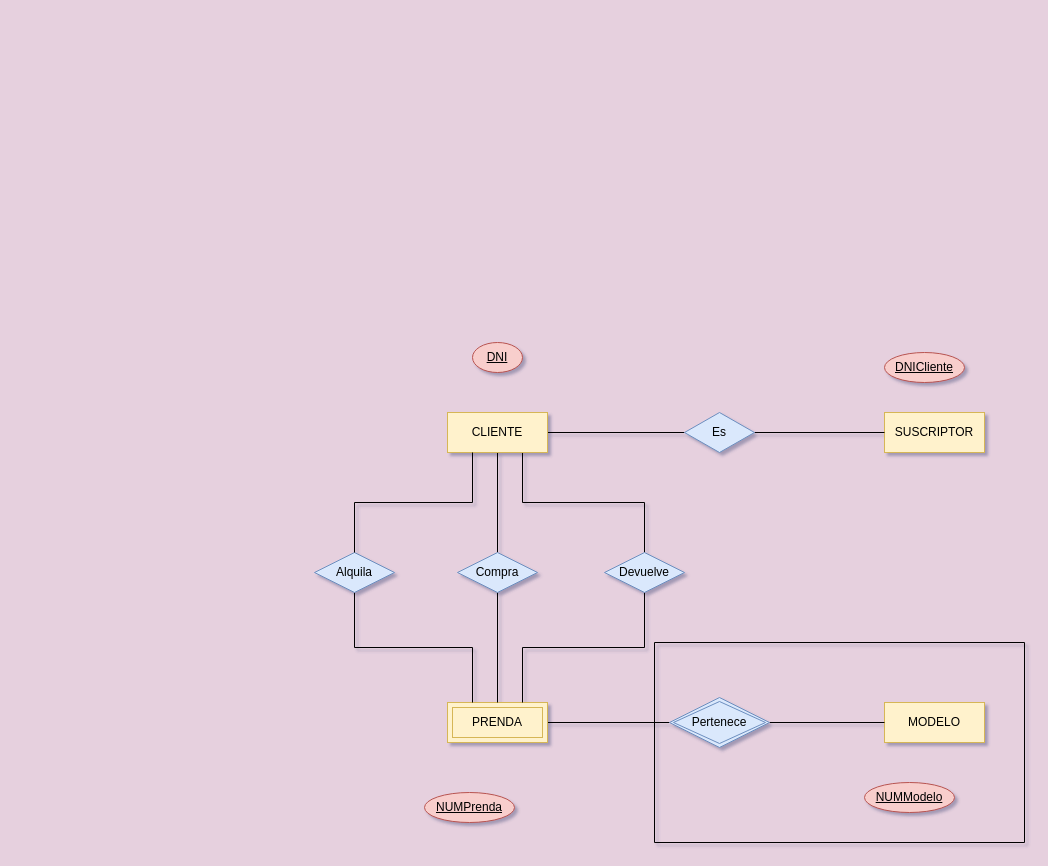
This is RentWear.drawio from VeraAceves/NT-BD, a draw.io file, before an edit. Source tidied: cells renumbered, new cells numbered last; positions are measured from the earlier drawing's top-left corner, leaving out a move shared by most shapes. Both pictures are drawn from the tidied source at 100%, with x=0, y=0 at pixel (314, 342).
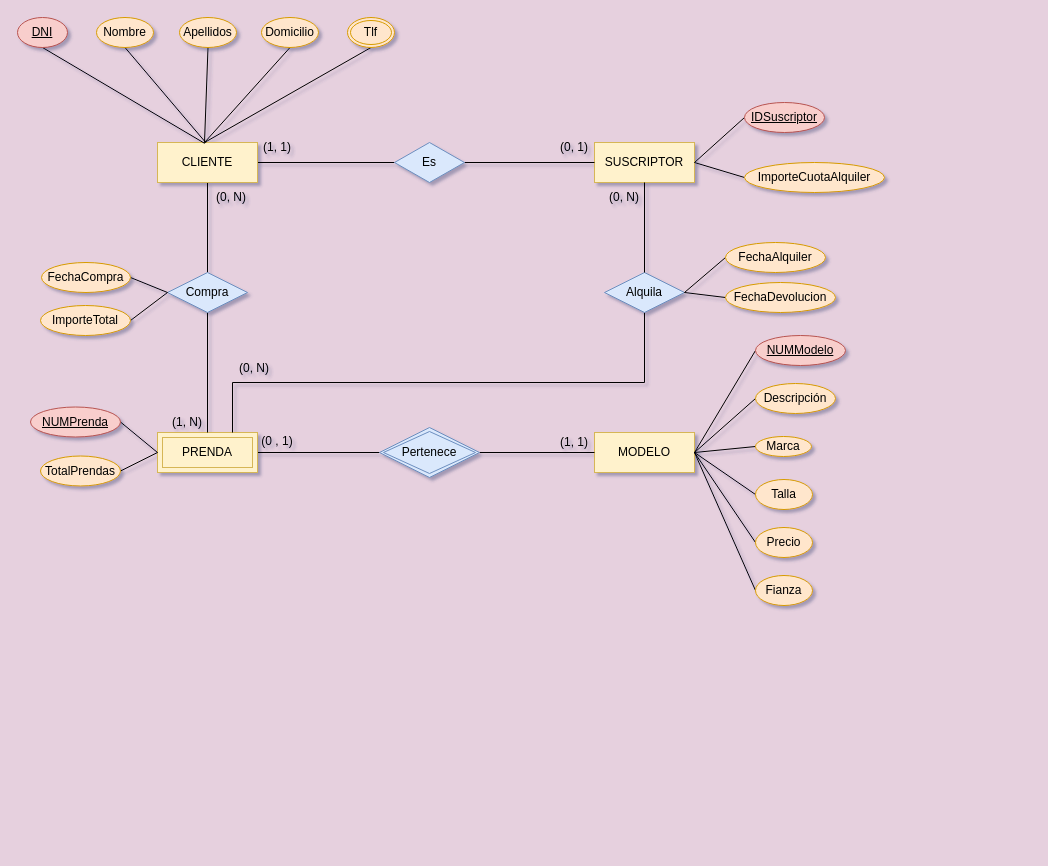
Above is the later version.

The edit, as a diff of the source:
```diff
@@
-    <mxCell id="4" style="edgeStyle=orthogonalEdgeStyle;rounded=0;jettySize=auto;html=1;exitX=0.75;exitY=1;exitDx=0;exitDy=0;endArrow=none;endFill=0;" parent="1" edge="1" source="5" target="19">
-      <mxGeometry relative="1" as="geometry" />
-    </mxCell>
     <mxCell id="5" value="CLIENTE" style="whiteSpace=wrap;html=1;align=center;fillColor=#fff2cc;strokeColor=#d6b656;" parent="1" vertex="1">
-      <mxGeometry x="133" y="70" width="100" height="40" as="geometry" />
+      <mxGeometry x="-157" y="-200" width="100" height="40" as="geometry" />
     </mxCell>
     <mxCell id="6" value="SUSCRIPTOR" style="whiteSpace=wrap;html=1;align=center;fillColor=#fff2cc;strokeColor=#d6b656;" parent="1" vertex="1">
-      <mxGeometry x="570" y="70" width="100" height="40" as="geometry" />
+      <mxGeometry x="280" y="-200" width="100" height="40" as="geometry" />
     </mxCell>
     <mxCell id="7" value="MODELO" style="whiteSpace=wrap;html=1;align=center;fillColor=#fff2cc;strokeColor=#d6b656;" parent="1" vertex="1">
-      <mxGeometry x="570" y="360" width="100" height="40" as="geometry" />
+      <mxGeometry x="280" y="90" width="100" height="40" as="geometry" />
     </mxCell>
@@
     <mxCell id="9" value="PRENDA" style="shape=ext;margin=3;double=1;whiteSpace=wrap;html=1;align=center;fillColor=#fff2cc;strokeColor=#d6b656;" parent="1" vertex="1">
-      <mxGeometry x="133" y="360" width="100" height="40" as="geometry" />
+      <mxGeometry x="-157" y="90" width="100" height="40" as="geometry" />
     </mxCell>
@@
     <mxCell id="11" value="Pertenece" style="shape=rhombus;double=1;perimeter=rhombusPerimeter;whiteSpace=wrap;html=1;align=center;fillColor=#dae8fc;strokeColor=#6c8ebf;" parent="1" vertex="1">
-      <mxGeometry x="355" y="355" width="100" height="50" as="geometry" />
+      <mxGeometry x="65" y="85" width="100" height="50" as="geometry" />
     </mxCell>
@@
     <mxCell id="13" value="Es" style="shape=rhombus;perimeter=rhombusPerimeter;whiteSpace=wrap;html=1;align=center;fillColor=#dae8fc;strokeColor=#6c8ebf;" parent="1" vertex="1">
-      <mxGeometry x="370" y="70" width="70" height="40" as="geometry" />
+      <mxGeometry x="80" y="-200" width="70" height="40" as="geometry" />
     </mxCell>
-    <mxCell id="14" style="edgeStyle=orthogonalEdgeStyle;rounded=0;jettySize=auto;html=1;exitX=0.5;exitY=1;exitDx=0;exitDy=0;entryX=0.25;entryY=0;entryDx=0;entryDy=0;endArrow=none;endFill=0;" parent="1" edge="1" source="15" target="9">
-      <mxGeometry relative="1" as="geometry" />
+    <mxCell id="14" style="edgeStyle=orthogonalEdgeStyle;rounded=0;jettySize=auto;html=1;exitX=0.5;exitY=1;exitDx=0;exitDy=0;entryX=0.75;entryY=0;entryDx=0;entryDy=0;endArrow=none;endFill=0;" parent="1" edge="1" source="15" target="9">
+      <mxGeometry relative="1" as="geometry">
+        <Array as="points">
+          <mxPoint x="330" y="40" />
+          <mxPoint x="-82" y="40" />
+        </Array>
+      </mxGeometry>
     </mxCell>
     <mxCell id="15" value="Alquila" style="shape=rhombus;perimeter=rhombusPerimeter;whiteSpace=wrap;html=1;align=center;fillColor=#dae8fc;strokeColor=#6c8ebf;" parent="1" vertex="1">
-      <mxGeometry y="210" width="80" height="40" as="geometry" />
+      <mxGeometry x="290" y="-70" width="80" height="40" as="geometry" />
     </mxCell>
-    <mxCell id="16" style="edgeStyle=orthogonalEdgeStyle;rounded=0;jettySize=auto;html=1;exitX=0.5;exitY=1;exitDx=0;exitDy=0;endArrow=none;endFill=0;" parent="1" edge="1" source="17" target="9">
+    <mxCell id="16" style="edgeStyle=orthogonalEdgeStyle;rounded=0;jettySize=auto;html=1;exitX=0.5;exitY=1;exitDx=0;exitDy=0;endArrow=none;endFill=0;entryX=0.5;entryY=0;entryDx=0;entryDy=0;" parent="1" edge="1" source="17" target="9">
       <mxGeometry relative="1" as="geometry" />
     </mxCell>
     <mxCell id="17" value="Compra" style="shape=rhombus;perimeter=rhombusPerimeter;whiteSpace=wrap;html=1;align=center;fillColor=#dae8fc;strokeColor=#6c8ebf;" parent="1" vertex="1">
-      <mxGeometry x="143" y="210" width="80" height="40" as="geometry" />
+      <mxGeometry x="-147" y="-70" width="80" height="40" as="geometry" />
     </mxCell>
-    <mxCell id="18" style="edgeStyle=orthogonalEdgeStyle;rounded=0;jettySize=auto;html=1;exitX=0.5;exitY=1;exitDx=0;exitDy=0;entryX=0.75;entryY=0;entryDx=0;entryDy=0;endArrow=none;endFill=0;" parent="1" edge="1" source="19" target="9">
-      <mxGeometry relative="1" as="geometry" />
-    </mxCell>
-    <mxCell id="19" value="Devuelve" style="shape=rhombus;perimeter=rhombusPerimeter;whiteSpace=wrap;html=1;align=center;fillColor=#dae8fc;strokeColor=#6c8ebf;" parent="1" vertex="1">
-      <mxGeometry x="290" y="210" width="80" height="40" as="geometry" />
-    </mxCell>
-    <mxCell id="20" style="edgeStyle=orthogonalEdgeStyle;rounded=0;jettySize=auto;html=1;exitX=0.25;exitY=1;exitDx=0;exitDy=0;entryX=0.5;entryY=0;entryDx=0;entryDy=0;endArrow=none;endFill=0;" parent="1" edge="1" source="5" target="15">
+    <mxCell id="20" style="edgeStyle=orthogonalEdgeStyle;rounded=0;jettySize=auto;html=1;exitX=0.5;exitY=1;exitDx=0;exitDy=0;entryX=0.5;entryY=0;entryDx=0;entryDy=0;endArrow=none;endFill=0;" parent="1" edge="1" source="6" target="15">
       <mxGeometry relative="1" as="geometry" />
     </mxCell>
+    <mxCell id="26" style="rounded=0;jettySize=auto;html=1;entryX=0.472;entryY=0.022;entryDx=0;entryDy=0;endArrow=none;endFill=0;exitX=0.5;exitY=1;exitDx=0;exitDy=0;entryPerimeter=0;" parent="1" edge="1" source="21" target="5">
+      <mxGeometry relative="1" as="geometry" />
+    </mxCell>
     <mxCell id="21" value="DNI" style="ellipse;whiteSpace=wrap;html=1;align=center;fontStyle=4;fillColor=#f8cecc;strokeColor=#b85450;" parent="1" vertex="1">
-      <mxGeometry x="158" width="50" height="30" as="geometry" />
+      <mxGeometry x="-297" y="-325" width="50" height="30" as="geometry" />
     </mxCell>
+    <mxCell id="27" style="rounded=0;jettySize=auto;html=1;exitX=0;exitY=0.5;exitDx=0;exitDy=0;entryX=1;entryY=0.5;entryDx=0;entryDy=0;endArrow=none;endFill=0;" parent="1" edge="1" source="22" target="6">
+      <mxGeometry relative="1" as="geometry" />
+    </mxCell>
-    <mxCell id="22" value="DNICliente" style="ellipse;whiteSpace=wrap;html=1;align=center;fontStyle=4;fillColor=#f8cecc;strokeColor=#b85450;" parent="1" vertex="1">
-      <mxGeometry x="570" y="10" width="80" height="30" as="geometry" />
+    <mxCell id="22" value="IDSuscriptor" style="ellipse;whiteSpace=wrap;html=1;align=center;fontStyle=4;fillColor=#f8cecc;strokeColor=#b85450;flipV=1;" parent="1" vertex="1">
+      <mxGeometry x="430" y="-240" width="80" height="30" as="geometry" />
     </mxCell>
+    <mxCell id="28" style="rounded=0;jettySize=auto;html=1;entryX=0;entryY=0.5;entryDx=0;entryDy=0;endArrow=none;endFill=0;exitX=1;exitY=0.5;exitDx=0;exitDy=0;" parent="1" edge="1" source="23" target="9">
+      <mxGeometry relative="1" as="geometry" />
+    </mxCell>
     <mxCell id="23" value="NUMPrenda" style="ellipse;whiteSpace=wrap;html=1;align=center;fontStyle=4;fillColor=#f8cecc;strokeColor=#b85450;" parent="1" vertex="1">
-      <mxGeometry x="110" y="450" width="90" height="30" as="geometry" />
+      <mxGeometry x="-284" y="64.5" width="90" height="30" as="geometry" />
     </mxCell>
+    <mxCell id="29" style="rounded=0;jettySize=auto;html=1;exitX=0;exitY=0.5;exitDx=0;exitDy=0;entryX=1;entryY=0.5;entryDx=0;entryDy=0;endArrow=none;endFill=0;" parent="1" edge="1" source="24" target="7">
+      <mxGeometry relative="1" as="geometry" />
+    </mxCell>
     <mxCell id="24" value="NUMModelo" style="ellipse;whiteSpace=wrap;html=1;align=center;fontStyle=4;fillColor=#f8cecc;strokeColor=#b85450;" parent="1" vertex="1">
-      <mxGeometry x="550" y="440" width="90" height="30" as="geometry" />
+      <mxGeometry x="441" y="-7" width="90" height="30" as="geometry" />
     </mxCell>
-    <mxCell id="25" style="swimlane;startSize=0;" parent="1" vertex="1">
-      <mxGeometry x="340" y="300" width="370" height="200" as="geometry" />
-    </mxCell>
+    <mxCell id="30" style="rounded=0;jettySize=auto;html=1;exitX=0.5;exitY=1;exitDx=0;exitDy=0;endArrow=none;endFill=0;entryX=0.485;entryY=0.009;entryDx=0;entryDy=0;entryPerimeter=0;" parent="1" edge="1" source="31" target="5">
+      <mxGeometry relative="1" as="geometry" />
+    </mxCell>
+    <mxCell id="31" value="Nombre" style="ellipse;whiteSpace=wrap;html=1;align=center;fillColor=#ffe6cc;strokeColor=#d79b00;" parent="1" vertex="1">
+      <mxGeometry x="-218" y="-325" width="57" height="30" as="geometry" />
+    </mxCell>
+    <mxCell id="32" style="rounded=0;jettySize=auto;html=1;exitX=0.5;exitY=1;exitDx=0;exitDy=0;endArrow=none;endFill=0;" parent="1" edge="1" source="33">
+      <mxGeometry relative="1" as="geometry">
+        <mxPoint x="-110" y="-200" as="targetPoint" />
+      </mxGeometry>
+    </mxCell>
+    <mxCell id="33" value="Apellidos" style="ellipse;whiteSpace=wrap;html=1;align=center;fillColor=#ffe6cc;strokeColor=#d79b00;" parent="1" vertex="1">
+      <mxGeometry x="-135" y="-325" width="57" height="30" as="geometry" />
+    </mxCell>
+    <mxCell id="34" style="rounded=0;jettySize=auto;html=1;exitX=0.5;exitY=1;exitDx=0;exitDy=0;endArrow=none;endFill=0;" parent="1" edge="1" source="35">
+      <mxGeometry relative="1" as="geometry">
+        <mxPoint x="-110" y="-200" as="targetPoint" />
+      </mxGeometry>
+    </mxCell>
+    <mxCell id="35" value="Domicilio" style="ellipse;whiteSpace=wrap;html=1;align=center;fillColor=#ffe6cc;strokeColor=#d79b00;" parent="1" vertex="1">
+      <mxGeometry x="-53" y="-325" width="57" height="30" as="geometry" />
+    </mxCell>
+    <mxCell id="36" style="rounded=0;jettySize=auto;html=1;exitX=0.5;exitY=1;exitDx=0;exitDy=0;endArrow=none;endFill=0;" parent="1" edge="1" source="37">
+      <mxGeometry relative="1" as="geometry">
+        <mxPoint x="-110" y="-200" as="targetPoint" />
+      </mxGeometry>
+    </mxCell>
+    <mxCell id="37" value="Tlf" style="ellipse;shape=doubleEllipse;margin=3;whiteSpace=wrap;html=1;align=center;fillColor=#ffe6cc;strokeColor=#d79b00;" parent="1" vertex="1">
+      <mxGeometry x="33" y="-325" width="47" height="30" as="geometry" />
+    </mxCell>
+    <mxCell id="38" style="rounded=0;jettySize=auto;html=1;endArrow=none;endFill=0;exitX=0;exitY=0.5;exitDx=0;exitDy=0;" parent="1" edge="1" source="39">
+      <mxGeometry relative="1" as="geometry">
+        <mxPoint x="380" y="-180" as="targetPoint" />
+      </mxGeometry>
+    </mxCell>
+    <mxCell id="39" value="ImporteCuotaAlquiler" style="ellipse;whiteSpace=wrap;html=1;align=center;fillColor=#ffe6cc;strokeColor=#d79b00;flipV=1;" parent="1" vertex="1">
+      <mxGeometry x="430" y="-180" width="140" height="30" as="geometry" />
+    </mxCell>
+    <mxCell id="40" style="rounded=0;jettySize=auto;html=1;exitX=1;exitY=0.5;exitDx=0;exitDy=0;endArrow=none;endFill=0;entryX=0;entryY=0.5;entryDx=0;entryDy=0;" parent="1" edge="1" source="41" target="9">
+      <mxGeometry relative="1" as="geometry" />
+    </mxCell>
+    <mxCell id="41" value="TotalPrendas" style="ellipse;whiteSpace=wrap;html=1;align=center;fillColor=#ffe6cc;strokeColor=#d79b00;" parent="1" vertex="1">
+      <mxGeometry x="-274" y="113.5" width="80" height="30" as="geometry" />
+    </mxCell>
+    <mxCell id="42" style="rounded=0;jettySize=auto;html=1;exitX=0;exitY=0.5;exitDx=0;exitDy=0;endArrow=none;endFill=0;entryX=1;entryY=0.5;entryDx=0;entryDy=0;" parent="1" edge="1" source="43" target="7">
+      <mxGeometry relative="1" as="geometry" />
+    </mxCell>
+    <mxCell id="43" value="Descripción" style="ellipse;whiteSpace=wrap;html=1;align=center;fillColor=#ffe6cc;strokeColor=#d79b00;" parent="1" vertex="1">
+      <mxGeometry x="441" y="41" width="80" height="30" as="geometry" />
+    </mxCell>
+    <mxCell id="44" style="rounded=0;jettySize=auto;html=1;exitX=0;exitY=0.5;exitDx=0;exitDy=0;endArrow=none;endFill=0;entryX=1;entryY=0.5;entryDx=0;entryDy=0;" parent="1" edge="1" source="45" target="7">
+      <mxGeometry relative="1" as="geometry" />
+    </mxCell>
+    <mxCell id="45" value="Marca" style="ellipse;whiteSpace=wrap;html=1;align=center;fillColor=#ffe6cc;strokeColor=#d79b00;" parent="1" vertex="1">
+      <mxGeometry x="441" y="94" width="56" height="20" as="geometry" />
+    </mxCell>
+    <mxCell id="46" style="rounded=0;jettySize=auto;html=1;endArrow=none;endFill=0;entryX=1;entryY=0.5;entryDx=0;entryDy=0;exitX=0;exitY=0.5;exitDx=0;exitDy=0;" parent="1" edge="1" source="47" target="7">
+      <mxGeometry relative="1" as="geometry" />
+    </mxCell>
+    <mxCell id="47" value="Talla" style="ellipse;whiteSpace=wrap;html=1;align=center;fillColor=#ffe6cc;strokeColor=#d79b00;" parent="1" vertex="1">
+      <mxGeometry x="441" y="137" width="57" height="30" as="geometry" />
+    </mxCell>
+    <mxCell id="48" style="rounded=0;jettySize=auto;html=1;endArrow=none;endFill=0;entryX=1;entryY=0.5;entryDx=0;entryDy=0;exitX=0;exitY=0.5;exitDx=0;exitDy=0;" parent="1" edge="1" source="49" target="7">
+      <mxGeometry relative="1" as="geometry" />
+    </mxCell>
+    <mxCell id="49" value="Precio" style="ellipse;whiteSpace=wrap;html=1;align=center;fillColor=#ffe6cc;strokeColor=#d79b00;" parent="1" vertex="1">
+      <mxGeometry x="441" y="185" width="57" height="30" as="geometry" />
+    </mxCell>
+    <mxCell id="50" style="rounded=0;jettySize=auto;html=1;endArrow=none;endFill=0;entryX=1;entryY=0.5;entryDx=0;entryDy=0;exitX=0;exitY=0.5;exitDx=0;exitDy=0;" parent="1" edge="1" source="51" target="7">
+      <mxGeometry relative="1" as="geometry" />
+    </mxCell>
+    <mxCell id="51" value="Fianza" style="ellipse;whiteSpace=wrap;html=1;align=center;fillColor=#ffe6cc;strokeColor=#d79b00;" parent="1" vertex="1">
+      <mxGeometry x="441" y="233" width="57" height="30" as="geometry" />
+    </mxCell>
+    <mxCell id="52" style="rounded=0;jettySize=auto;html=1;exitX=0;exitY=0.5;exitDx=0;exitDy=0;endArrow=none;endFill=0;entryX=1;entryY=0.5;entryDx=0;entryDy=0;" parent="1" edge="1" source="53" target="15">
+      <mxGeometry relative="1" as="geometry" />
+    </mxCell>
+    <mxCell id="53" value="FechaDevolucion" style="ellipse;whiteSpace=wrap;html=1;align=center;fillColor=#ffe6cc;strokeColor=#d79b00;" parent="1" vertex="1">
+      <mxGeometry x="411" y="-60" width="110" height="30" as="geometry" />
+    </mxCell>
+    <mxCell id="54" style="rounded=0;jettySize=auto;html=1;endArrow=none;endFill=0;entryX=1;entryY=0.5;entryDx=0;entryDy=0;exitX=0;exitY=0.5;exitDx=0;exitDy=0;" parent="1" edge="1" source="55" target="15">
+      <mxGeometry relative="1" as="geometry" />
+    </mxCell>
+    <mxCell id="55" value="FechaAlquiler" style="ellipse;whiteSpace=wrap;html=1;align=center;fillColor=#ffe6cc;strokeColor=#d79b00;" parent="1" vertex="1">
+      <mxGeometry x="411" y="-100" width="100" height="30" as="geometry" />
+    </mxCell>
+    <mxCell id="56" style="rounded=0;jettySize=auto;html=1;entryX=0;entryY=0.5;entryDx=0;entryDy=0;endArrow=none;endFill=0;exitX=1;exitY=0.5;exitDx=0;exitDy=0;" parent="1" edge="1" source="57" target="17">
+      <mxGeometry relative="1" as="geometry" />
+    </mxCell>
+    <mxCell id="57" value="FechaCompra" style="ellipse;whiteSpace=wrap;html=1;align=center;fillColor=#ffe6cc;strokeColor=#d79b00;" parent="1" vertex="1">
+      <mxGeometry x="-273" y="-80" width="89" height="30" as="geometry" />
+    </mxCell>
+    <mxCell id="58" style="rounded=0;jettySize=auto;html=1;entryX=0;entryY=0.5;entryDx=0;entryDy=0;endArrow=none;endFill=0;exitX=1;exitY=0.5;exitDx=0;exitDy=0;" parent="1" edge="1" source="59" target="17">
+      <mxGeometry relative="1" as="geometry" />
+    </mxCell>
+    <mxCell id="59" value="ImporteTotal" style="ellipse;whiteSpace=wrap;html=1;align=center;fillColor=#ffe6cc;strokeColor=#d79b00;" parent="1" vertex="1">
+      <mxGeometry x="-274" y="-37" width="90" height="30" as="geometry" />
+    </mxCell>
+    <mxCell id="60" value="(1, 1)" style="text;html=1;whiteSpace=wrap;strokeColor=none;fillColor=none;align=center;verticalAlign=middle;rounded=0;" parent="1" vertex="1">
+      <mxGeometry x="-67" y="-210" width="60" height="30" as="geometry" />
+    </mxCell>
+    <mxCell id="61" value="(0, 1)" style="text;html=1;whiteSpace=wrap;strokeColor=none;fillColor=none;align=center;verticalAlign=middle;rounded=0;" parent="1" vertex="1">
+      <mxGeometry x="230" y="-210" width="60" height="30" as="geometry" />
+    </mxCell>
+    <mxCell id="62" value="(1, 1)" style="text;html=1;whiteSpace=wrap;strokeColor=none;fillColor=none;align=center;verticalAlign=middle;rounded=0;" parent="1" vertex="1">
+      <mxGeometry x="230" y="85" width="60" height="30" as="geometry" />
+    </mxCell>
+    <mxCell id="63" value="(0 , 1)" style="text;html=1;whiteSpace=wrap;strokeColor=none;fillColor=none;align=center;verticalAlign=middle;rounded=0;" parent="1" vertex="1">
+      <mxGeometry x="-67" y="83.5" width="60" height="30" as="geometry" />
+    </mxCell>
+    <mxCell id="64" value="(0, N)" style="text;html=1;whiteSpace=wrap;strokeColor=none;fillColor=none;align=center;verticalAlign=middle;rounded=0;" parent="1" vertex="1">
+      <mxGeometry x="-113" y="-160" width="60" height="30" as="geometry" />
+    </mxCell>
+    <mxCell id="65" value="(1, N)" style="text;html=1;whiteSpace=wrap;strokeColor=none;fillColor=none;align=center;verticalAlign=middle;rounded=0;" parent="1" vertex="1">
+      <mxGeometry x="-157" y="64.5" width="60" height="30" as="geometry" />
+    </mxCell>
+    <mxCell id="66" value="(0, N)" style="text;html=1;whiteSpace=wrap;strokeColor=none;fillColor=none;align=center;verticalAlign=middle;rounded=0;" parent="1" vertex="1">
+      <mxGeometry x="-90" y="11" width="60" height="30" as="geometry" />
+    </mxCell>
+    <mxCell id="67" value="(0, N)" style="text;html=1;whiteSpace=wrap;strokeColor=none;fillColor=none;align=center;verticalAlign=middle;rounded=0;" parent="1" vertex="1">
+      <mxGeometry x="280" y="-160" width="60" height="30" as="geometry" />
+    </mxCell>
```
